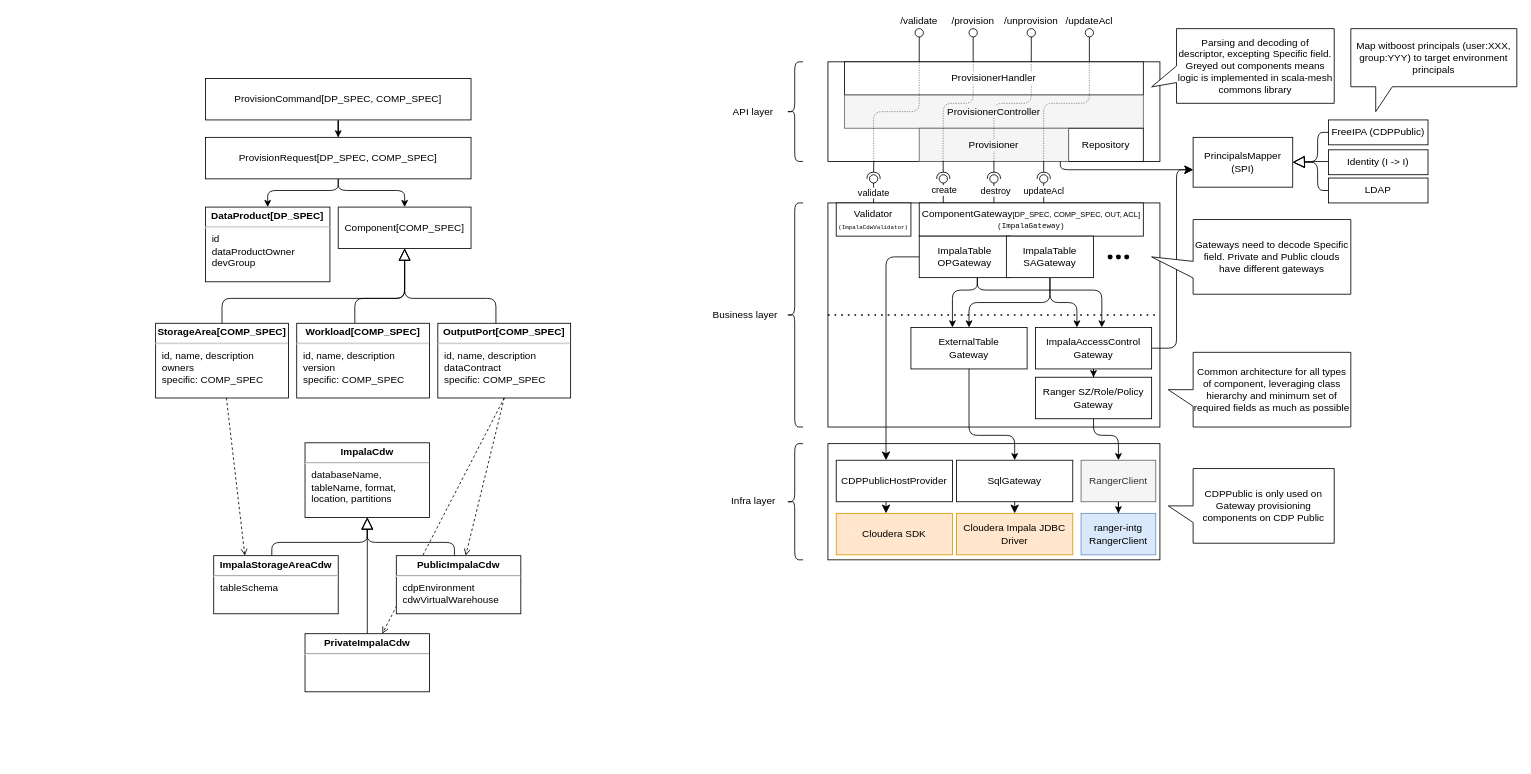
This is docs/diagrams.drawio from agile-lab-dev/witboost-cdp-impala-specific-provisioner, a draw.io file, before an edit. Source tidied: cells renumbered, new cells numbered last; positions are measured from the earlier drawing's top-left corner, leaving out a move shared by most shapes. Both pictures are drawn from the tidied source at 83%, with x=0, y=0 at pixel (155, 28).
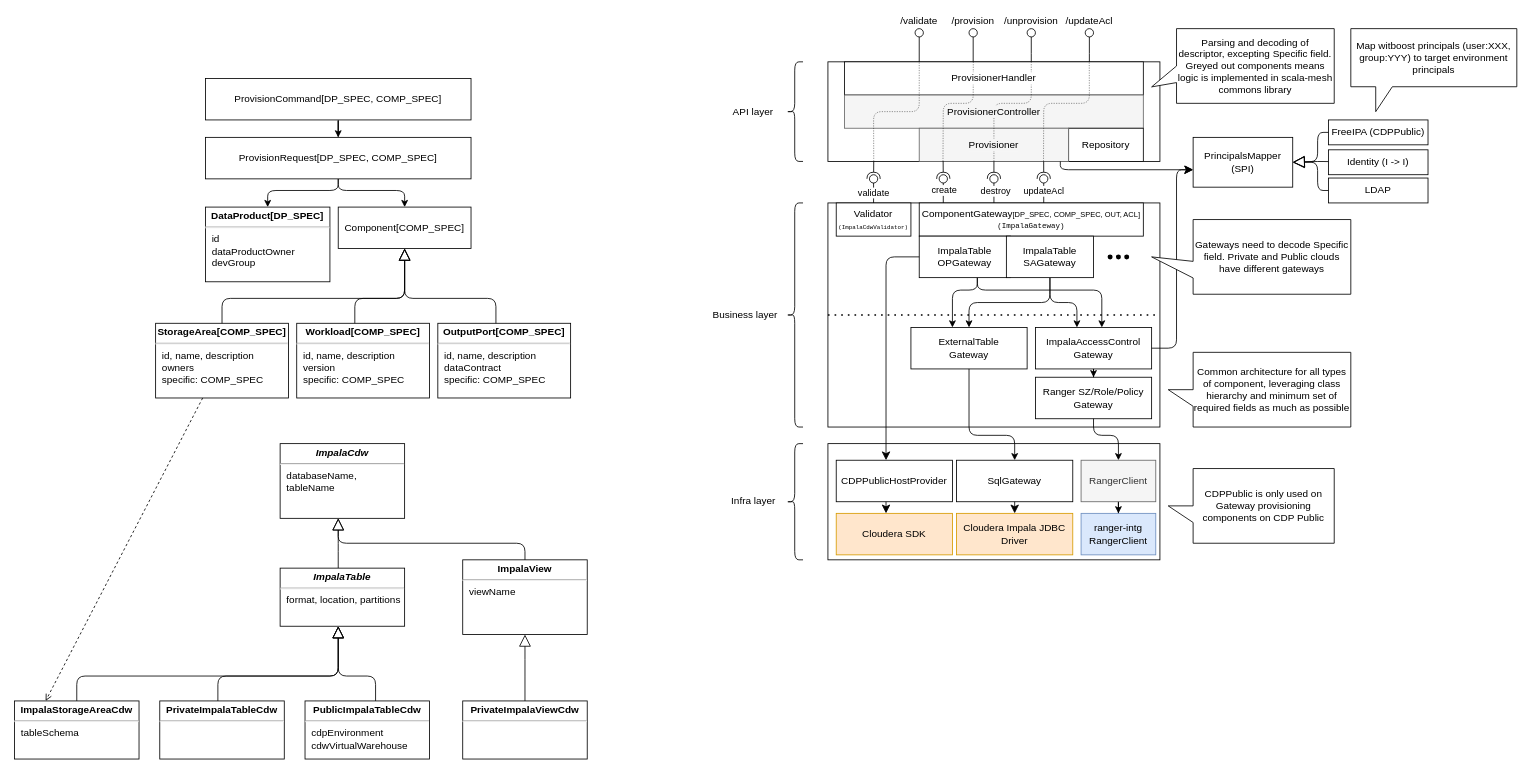
After the change.

Unchanged cells that the change refers to:
```xml
<mxCell id="47" value="ImpalaTable&lt;br&gt;OPGateway" style="rounded=0;whiteSpace=wrap;html=1;" parent="1" vertex="1">
  <mxGeometry x="920" y="250" width="110" height="50" as="geometry" />
</mxCell>
<mxCell id="61" value="CDPPublicHostProvider" style="rounded=0;whiteSpace=wrap;html=1;" parent="1" vertex="1">
  <mxGeometry x="820" y="520" width="140" height="50" as="geometry" />
</mxCell>
<mxCell id="96" value="&lt;p style=&quot;margin: 4px 0px 0px; text-align: center;&quot;&gt;&lt;b style=&quot;&quot;&gt;OutputPort[COMP_SPEC]&lt;/b&gt;&lt;/p&gt;&lt;hr&gt;&lt;p style=&quot;border-color: var(--border-color); margin: 0px 0px 0px 8px;&quot;&gt;id, name, description&lt;/p&gt;&lt;p style=&quot;border-color: var(--border-color); margin: 0px 0px 0px 8px;&quot;&gt;dataContract&lt;/p&gt;&lt;p style=&quot;border-color: var(--border-color); margin: 0px 0px 0px 8px;&quot;&gt;specific: COMP_SPEC&lt;/p&gt;" style="verticalAlign=top;align=left;overflow=fill;fontSize=12;fontFamily=Helvetica;html=1;whiteSpace=wrap;" parent="1" vertex="1">
  <mxGeometry x="340" y="355" width="160" height="90" as="geometry" />
</mxCell>
```

Change to the diagram source:
```diff
@@
-    <mxCell id="2" style="endArrow=open;html=1;rounded=0;dashed=1;endFill=0;exitX=0.5;exitY=1;exitDx=0;exitDy=0;" parent="1" edge="1" source="96" target="102">
-      <mxGeometry relative="1" as="geometry" />
-    </mxCell>
@@
     <mxCell id="69" style="edgeStyle=elbowEdgeStyle;elbow=vertical;endArrow=classic;html=1;rounded=1;endSize=8;startSize=8;" parent="1" edge="1" source="47" target="61">
       <mxGeometry relative="1" as="geometry">
         <Array as="points">
+          <mxPoint x="880" y="275" />
+          <mxPoint x="550" y="420" />
           <mxPoint x="880" y="275" />
           <mxPoint x="900" y="280" />
         </Array>
       </mxGeometry>
     </mxCell>
@@
-    <mxCell id="100" value="&lt;p style=&quot;margin: 4px 0px 0px; text-align: center;&quot;&gt;&lt;b&gt;ImpalaCdw&lt;/b&gt;&lt;/p&gt;&lt;hr&gt;&lt;p style=&quot;margin:0px;margin-left:8px;&quot;&gt;databaseName, tableName, format, location, partitions&lt;/p&gt;" style="verticalAlign=top;align=left;overflow=fill;fontSize=12;fontFamily=Helvetica;html=1;whiteSpace=wrap;" parent="1" vertex="1">
-      <mxGeometry x="180" y="499" width="150" height="90" as="geometry" />
+    <mxCell id="100" value="&lt;p style=&quot;margin: 4px 0px 0px; text-align: center;&quot;&gt;&lt;b&gt;&lt;i&gt;ImpalaCdw&lt;/i&gt;&lt;/b&gt;&lt;/p&gt;&lt;hr&gt;&lt;p style=&quot;margin:0px;margin-left:8px;&quot;&gt;databaseName, tableName&lt;/p&gt;" style="verticalAlign=top;align=left;overflow=fill;fontSize=12;fontFamily=Helvetica;html=1;whiteSpace=wrap;" parent="1" vertex="1">
+      <mxGeometry x="150" y="500" width="150" height="90" as="geometry" />
     </mxCell>
-    <mxCell id="101" value="&lt;p style=&quot;margin: 4px 0px 0px; text-align: center;&quot;&gt;&lt;b&gt;PublicImpalaCdw&lt;/b&gt;&lt;/p&gt;&lt;hr&gt;&lt;p style=&quot;margin:0px;margin-left:8px;&quot;&gt;cdpEnvironment&lt;/p&gt;&lt;p style=&quot;margin:0px;margin-left:8px;&quot;&gt;cdwVirtualWarehouse&lt;/p&gt;" style="verticalAlign=top;align=left;overflow=fill;fontSize=12;fontFamily=Helvetica;html=1;whiteSpace=wrap;" parent="1" vertex="1">
-      <mxGeometry x="290" y="635" width="150" height="70" as="geometry" />
+    <mxCell id="101" value="&lt;p style=&quot;margin: 4px 0px 0px; text-align: center;&quot;&gt;&lt;b&gt;PublicImpalaTableCdw&lt;/b&gt;&lt;/p&gt;&lt;hr&gt;&lt;p style=&quot;margin:0px;margin-left:8px;&quot;&gt;cdpEnvironment&lt;/p&gt;&lt;p style=&quot;margin:0px;margin-left:8px;&quot;&gt;cdwVirtualWarehouse&lt;/p&gt;" style="verticalAlign=top;align=left;overflow=fill;fontSize=12;fontFamily=Helvetica;html=1;whiteSpace=wrap;" parent="1" vertex="1">
+      <mxGeometry x="180" y="810" width="150" height="70" as="geometry" />
     </mxCell>
-    <mxCell id="102" value="&lt;p style=&quot;margin: 4px 0px 0px; text-align: center;&quot;&gt;&lt;b&gt;PrivateImpalaCdw&lt;/b&gt;&lt;/p&gt;&lt;hr&gt;&lt;p style=&quot;margin:0px;margin-left:8px;&quot;&gt;&lt;br&gt;&lt;/p&gt;" style="verticalAlign=top;align=left;overflow=fill;fontSize=12;fontFamily=Helvetica;html=1;whiteSpace=wrap;" parent="1" vertex="1">
-      <mxGeometry x="180" y="729" width="150" height="70" as="geometry" />
+    <mxCell id="102" value="&lt;p style=&quot;margin: 4px 0px 0px; text-align: center;&quot;&gt;&lt;b&gt;PrivateImpalaTableCdw&lt;/b&gt;&lt;/p&gt;&lt;hr&gt;&lt;p style=&quot;margin:0px;margin-left:8px;&quot;&gt;&lt;br&gt;&lt;/p&gt;" style="verticalAlign=top;align=left;overflow=fill;fontSize=12;fontFamily=Helvetica;html=1;whiteSpace=wrap;" parent="1" vertex="1">
+      <mxGeometry x="5" y="810" width="150" height="70" as="geometry" />
     </mxCell>
     <mxCell id="103" value="&lt;p style=&quot;margin: 4px 0px 0px; text-align: center;&quot;&gt;&lt;b&gt;ImpalaStorageAreaCdw&lt;/b&gt;&lt;/p&gt;&lt;hr&gt;&lt;p style=&quot;margin:0px;margin-left:8px;&quot;&gt;tableSchema&lt;/p&gt;" style="verticalAlign=top;align=left;overflow=fill;fontSize=12;fontFamily=Helvetica;html=1;whiteSpace=wrap;" parent="1" vertex="1">
-      <mxGeometry x="70" y="635" width="150" height="70" as="geometry" />
+      <mxGeometry x="-170" y="810" width="150" height="70" as="geometry" />
     </mxCell>
-    <mxCell id="104" style="edgeStyle=segmentEdgeStyle;endArrow=block;html=1;rounded=1;endSize=12;startSize=8;endFill=0;" parent="1" edge="1" source="101" target="100">
+    <mxCell id="104" style="edgeStyle=segmentEdgeStyle;endArrow=block;html=1;rounded=1;endSize=12;startSize=8;endFill=0;" parent="1" edge="1" source="111" target="100">
       <mxGeometry relative="1" as="geometry">
         <Array as="points">
-          <mxPoint x="360" y="619" />
-          <mxPoint x="255" y="619" />
+          <mxPoint x="220" y="620" />
+          <mxPoint x="220" y="620" />
         </Array>
       </mxGeometry>
     </mxCell>
-    <mxCell id="105" style="edgeStyle=segmentEdgeStyle;endArrow=block;html=1;rounded=1;endSize=12;startSize=8;endFill=0;" parent="1" edge="1" source="103" target="100">
+    <mxCell id="105" style="edgeStyle=segmentEdgeStyle;endArrow=block;html=1;rounded=1;endSize=12;startSize=8;endFill=0;" parent="1" edge="1" source="103" target="111">
       <mxGeometry relative="1" as="geometry">
         <Array as="points">
-          <mxPoint x="140" y="619" />
-          <mxPoint x="255" y="619" />
+          <mxPoint x="-95" y="780" />
+          <mxPoint x="220" y="780" />
         </Array>
       </mxGeometry>
     </mxCell>
-    <mxCell id="106" style="edgeStyle=segmentEdgeStyle;endArrow=block;html=1;rounded=1;endSize=12;startSize=8;endFill=0;" parent="1" edge="1" source="102" target="100">
-      <mxGeometry relative="1" as="geometry" />
-    </mxCell>
@@
-    <mxCell id="108" style="endArrow=open;html=1;rounded=0;dashed=1;endFill=0;exitX=0.5;exitY=1;exitDx=0;exitDy=0;" parent="1" edge="1" source="96" target="101">
-      <mxGeometry relative="1" as="geometry" />
-    </mxCell>
@@
+    <mxCell id="111" value="&lt;p style=&quot;margin: 4px 0px 0px; text-align: center;&quot;&gt;&lt;b&gt;&lt;i&gt;ImpalaTable&lt;/i&gt;&lt;/b&gt;&lt;/p&gt;&lt;hr&gt;&lt;p style=&quot;margin:0px;margin-left:8px;&quot;&gt;format, location, partitions&lt;br&gt;&lt;/p&gt;" style="verticalAlign=top;align=left;overflow=fill;fontSize=12;fontFamily=Helvetica;html=1;whiteSpace=wrap;" parent="1" vertex="1">
+      <mxGeometry x="150" y="650" width="150" height="70" as="geometry" />
+    </mxCell>
+    <mxCell id="112" value="&lt;p style=&quot;margin: 4px 0px 0px; text-align: center;&quot;&gt;&lt;b&gt;ImpalaView&lt;/b&gt;&lt;/p&gt;&lt;hr&gt;&lt;p style=&quot;margin:0px;margin-left:8px;&quot;&gt;viewName&lt;br&gt;&lt;/p&gt;" style="verticalAlign=top;align=left;overflow=fill;fontSize=12;fontFamily=Helvetica;html=1;whiteSpace=wrap;" parent="1" vertex="1">
+      <mxGeometry x="370" y="640" width="150" height="90" as="geometry" />
+    </mxCell>
+    <mxCell id="113" style="edgeStyle=segmentEdgeStyle;endArrow=block;html=1;rounded=1;endSize=12;startSize=8;endFill=0;" parent="1" edge="1" source="102" target="111">
+      <mxGeometry relative="1" as="geometry">
+        <Array as="points">
+          <mxPoint x="75" y="780" />
+          <mxPoint x="220" y="780" />
+        </Array>
+      </mxGeometry>
+    </mxCell>
+    <mxCell id="114" style="edgeStyle=segmentEdgeStyle;endArrow=block;html=1;rounded=1;endSize=12;startSize=8;endFill=0;" parent="1" edge="1" source="101" target="111">
+      <mxGeometry relative="1" as="geometry">
+        <Array as="points">
+          <mxPoint x="265" y="780" />
+          <mxPoint x="220" y="780" />
+        </Array>
+      </mxGeometry>
+    </mxCell>
+    <mxCell id="115" value="&lt;p style=&quot;margin: 4px 0px 0px; text-align: center;&quot;&gt;&lt;b&gt;PrivateImpalaViewCdw&lt;/b&gt;&lt;/p&gt;&lt;hr&gt;&lt;p style=&quot;margin:0px;margin-left:8px;&quot;&gt;&lt;br&gt;&lt;/p&gt;" style="verticalAlign=top;align=left;overflow=fill;fontSize=12;fontFamily=Helvetica;html=1;whiteSpace=wrap;" parent="1" vertex="1">
+      <mxGeometry x="370" y="810" width="150" height="70" as="geometry" />
+    </mxCell>
+    <mxCell id="116" style="edgeStyle=segmentEdgeStyle;endArrow=block;html=1;rounded=1;endSize=12;startSize=8;endFill=0;entryX=0.5;entryY=1;entryDx=0;entryDy=0;" parent="1" edge="1" source="115" target="112">
+      <mxGeometry relative="1" as="geometry">
+        <Array as="points">
+          <mxPoint x="445" y="770" />
+          <mxPoint x="445" y="770" />
+        </Array>
+      </mxGeometry>
+    </mxCell>
+    <mxCell id="117" style="edgeStyle=segmentEdgeStyle;endArrow=block;html=1;rounded=1;endSize=12;startSize=8;endFill=0;" parent="1" edge="1" source="112" target="100">
+      <mxGeometry relative="1" as="geometry">
+        <Array as="points">
+          <mxPoint x="445" y="620" />
+          <mxPoint x="220" y="620" />
+        </Array>
+      </mxGeometry>
+    </mxCell>
```
